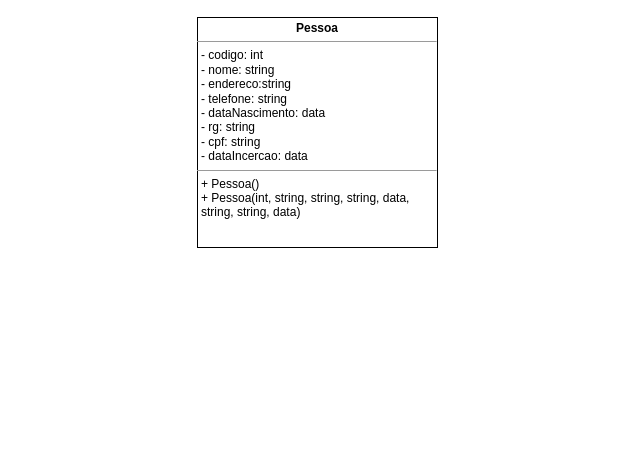
This is LOO_Aula_03.drawio from SandroLuiz001/LOO_aula_03, a draw.io file, before an edit. Source tidied: cells renumbered, new cells numbered last; positions are measured from the earlier drawing's top-left corner, leaving out a move shared by most shapes. Both pictures are drawn from the tidied source at 100%, with x=0, y=0 at pixel (197, 17).
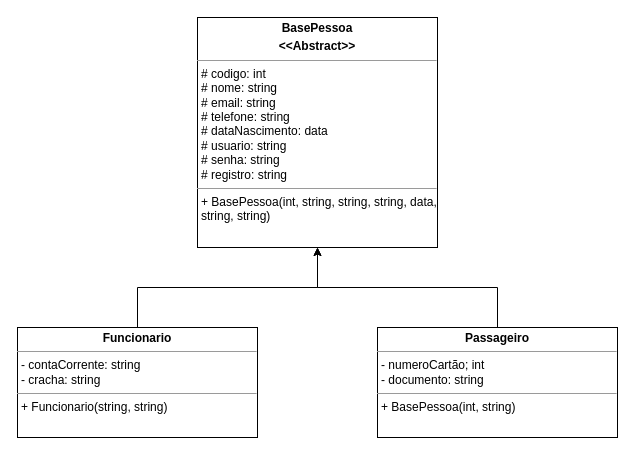
The same diagram, later.

Diff of the diagram source:
```diff
@@
 <mxGraphModel>
   <root>
     <mxCell id="0" />
     <mxCell id="1" parent="0" />
-    <mxCell id="2" value="&lt;p style=&quot;margin:0px;margin-top:4px;text-align:center;&quot;&gt;&lt;b&gt;Pessoa&lt;/b&gt;&lt;/p&gt;&lt;hr size=&quot;1&quot;&gt;&lt;p style=&quot;margin:0px;margin-left:4px;&quot;&gt;- codigo: int&lt;/p&gt;&lt;p style=&quot;margin:0px;margin-left:4px;&quot;&gt;- nome: string&lt;/p&gt;&lt;p style=&quot;margin:0px;margin-left:4px;&quot;&gt;- endereco:string&lt;/p&gt;&lt;p style=&quot;margin:0px;margin-left:4px;&quot;&gt;- telefone: string&lt;/p&gt;&lt;p style=&quot;margin:0px;margin-left:4px;&quot;&gt;- dataNascimento: data&lt;/p&gt;&lt;p style=&quot;margin:0px;margin-left:4px;&quot;&gt;- rg: string&lt;/p&gt;&lt;p style=&quot;margin:0px;margin-left:4px;&quot;&gt;- cpf: string&lt;/p&gt;&lt;p style=&quot;margin:0px;margin-left:4px;&quot;&gt;- dataIncercao: data&lt;/p&gt;&lt;hr size=&quot;1&quot;&gt;&lt;p style=&quot;margin:0px;margin-left:4px;&quot;&gt;+ Pessoa()&lt;/p&gt;&lt;p style=&quot;margin:0px;margin-left:4px;&quot;&gt;+ Pessoa(int, string, string, string, data, string, string, data)&lt;/p&gt;&lt;p style=&quot;margin:0px;margin-left:4px;&quot;&gt;&lt;br&gt;&lt;/p&gt;" style="verticalAlign=top;align=left;overflow=fill;fontSize=12;fontFamily=Helvetica;html=1;whiteSpace=wrap;" parent="1" vertex="1">
+    <mxCell id="2" value="&lt;p style=&quot;margin:0px;margin-top:4px;text-align:center;&quot;&gt;&lt;b&gt;BasePessoa&lt;/b&gt;&lt;/p&gt;&lt;p style=&quot;margin:0px;margin-top:4px;text-align:center;&quot;&gt;&lt;b&gt;&amp;lt;&amp;lt;Abstract&amp;gt;&amp;gt;&lt;/b&gt;&lt;/p&gt;&lt;hr size=&quot;1&quot;&gt;&lt;p style=&quot;margin:0px;margin-left:4px;&quot;&gt;# codigo: int&lt;/p&gt;&lt;p style=&quot;margin:0px;margin-left:4px;&quot;&gt;# nome: string&lt;/p&gt;&lt;p style=&quot;margin:0px;margin-left:4px;&quot;&gt;# email: string&lt;/p&gt;&lt;p style=&quot;margin:0px;margin-left:4px;&quot;&gt;# telefone: string&lt;/p&gt;&lt;p style=&quot;margin:0px;margin-left:4px;&quot;&gt;# dataNascimento: data&lt;/p&gt;&lt;p style=&quot;margin:0px;margin-left:4px;&quot;&gt;# usuario: string&lt;/p&gt;&lt;p style=&quot;margin:0px;margin-left:4px;&quot;&gt;# senha: string&lt;/p&gt;&lt;p style=&quot;margin:0px;margin-left:4px;&quot;&gt;# registro: string&lt;/p&gt;&lt;hr size=&quot;1&quot;&gt;&lt;p style=&quot;margin:0px;margin-left:4px;&quot;&gt;&lt;span style=&quot;background-color: initial;&quot;&gt;+ BasePessoa(int, string, string, string, data, string, string)&lt;/span&gt;&lt;br&gt;&lt;/p&gt;&lt;p style=&quot;margin:0px;margin-left:4px;&quot;&gt;&lt;br&gt;&lt;/p&gt;" style="verticalAlign=top;align=left;overflow=fill;fontSize=12;fontFamily=Helvetica;html=1;whiteSpace=wrap;" parent="1" vertex="1">
       <mxGeometry width="240" height="230" as="geometry" />
     </mxCell>
+    <mxCell id="3" style="edgeStyle=orthogonalEdgeStyle;rounded=0;jettySize=auto;html=1;exitX=0.5;exitY=0;exitDx=0;exitDy=0;entryX=0.5;entryY=1;entryDx=0;entryDy=0;" parent="1" edge="1" source="4" target="2">
+      <mxGeometry relative="1" as="geometry">
+        <Array as="points">
+          <mxPoint x="-60" y="270" />
+          <mxPoint x="120" y="270" />
+          <mxPoint x="120" y="230" />
+        </Array>
+      </mxGeometry>
+    </mxCell>
+    <mxCell id="4" value="&lt;p style=&quot;margin:0px;margin-top:4px;text-align:center;&quot;&gt;&lt;b&gt;Funcionario&lt;/b&gt;&lt;/p&gt;&lt;hr size=&quot;1&quot;&gt;&lt;p style=&quot;margin:0px;margin-left:4px;&quot;&gt;- contaCorrente: string&lt;/p&gt;&lt;p style=&quot;margin:0px;margin-left:4px;&quot;&gt;- cracha: string&lt;/p&gt;&lt;hr size=&quot;1&quot;&gt;&lt;p style=&quot;margin:0px;margin-left:4px;&quot;&gt;&lt;span style=&quot;background-color: initial;&quot;&gt;+ Funcionario(string, string)&lt;/span&gt;&lt;br&gt;&lt;/p&gt;&lt;p style=&quot;margin:0px;margin-left:4px;&quot;&gt;&lt;br&gt;&lt;/p&gt;" style="verticalAlign=top;align=left;overflow=fill;fontSize=12;fontFamily=Helvetica;html=1;whiteSpace=wrap;" parent="1" vertex="1">
+      <mxGeometry x="-180" y="310" width="240" height="110" as="geometry" />
+    </mxCell>
+    <mxCell id="5" style="edgeStyle=orthogonalEdgeStyle;rounded=0;jettySize=auto;html=1;exitX=0.5;exitY=0;exitDx=0;exitDy=0;entryX=0.5;entryY=1;entryDx=0;entryDy=0;" parent="1" edge="1" source="6" target="2">
+      <mxGeometry relative="1" as="geometry">
+        <Array as="points">
+          <mxPoint x="300" y="270" />
+          <mxPoint x="120" y="270" />
+          <mxPoint x="120" y="230" />
+        </Array>
+      </mxGeometry>
+    </mxCell>
+    <mxCell id="6" value="&lt;p style=&quot;margin:0px;margin-top:4px;text-align:center;&quot;&gt;&lt;b&gt;Passageiro&lt;/b&gt;&lt;/p&gt;&lt;hr size=&quot;1&quot;&gt;&lt;p style=&quot;margin:0px;margin-left:4px;&quot;&gt;- numeroCartão; int&lt;/p&gt;&lt;p style=&quot;margin:0px;margin-left:4px;&quot;&gt;- documento: string&lt;/p&gt;&lt;hr size=&quot;1&quot;&gt;&lt;p style=&quot;margin:0px;margin-left:4px;&quot;&gt;&lt;span style=&quot;background-color: initial;&quot;&gt;+ BasePessoa(int, string)&lt;/span&gt;&lt;br&gt;&lt;/p&gt;&lt;p style=&quot;margin:0px;margin-left:4px;&quot;&gt;&lt;br&gt;&lt;/p&gt;" style="verticalAlign=top;align=left;overflow=fill;fontSize=12;fontFamily=Helvetica;html=1;whiteSpace=wrap;" parent="1" vertex="1">
+      <mxGeometry x="180" y="310" width="240" height="110" as="geometry" />
+    </mxCell>
+    <mxCell id="7" style="edgeStyle=orthogonalEdgeStyle;rounded=0;orthogonalLoop=1;jettySize=auto;html=1;exitX=0.5;exitY=1;exitDx=0;exitDy=0;" parent="1" edge="1" source="4" target="4">
+      <mxGeometry relative="1" as="geometry" />
+    </mxCell>
   </root>
 </mxGraphModel>
```
